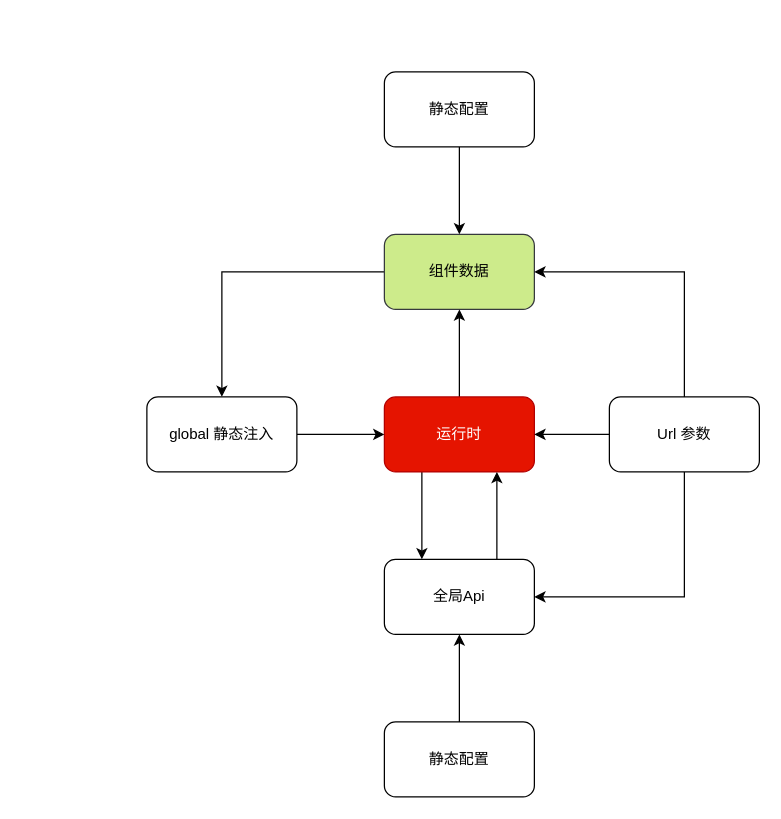
This is yugong/数据流.drawio from eightfeet/mind, a draw.io file, before an edit. Source tidied: cells renumbered, new cells numbered last; positions are measured from the earlier drawing's top-left corner, leaving out a move shared by most shapes. Both pictures are drawn from the tidied source at 125%, with x=0, y=0 at pixel (146, 71).
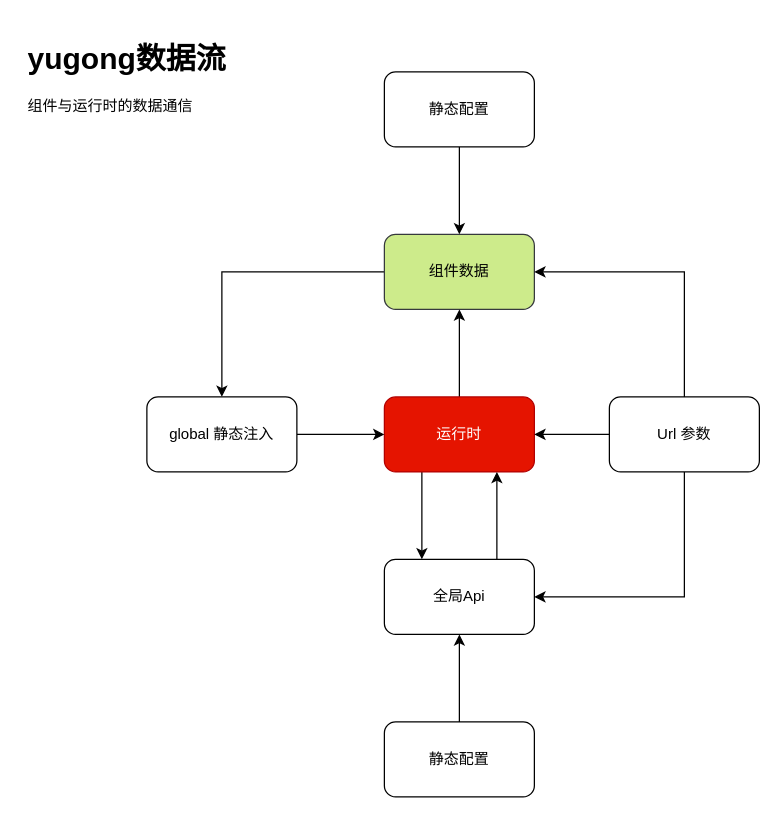
Above is the later version.

Diff of the diagram source:
```diff
@@
 <mxGraphModel>
   <root>
     <mxCell id="0" />
     <mxCell id="1" parent="0" />
     <mxCell id="2" style="edgeStyle=orthogonalEdgeStyle;rounded=0;jettySize=auto;html=1;exitX=0;exitY=0.5;exitDx=0;exitDy=0;entryX=0.5;entryY=0;entryDx=0;entryDy=0;" parent="1" edge="1" source="3" target="14">
       <mxGeometry relative="1" as="geometry" />
     </mxCell>
     <mxCell id="3" value="组件数据" style="rounded=1;whiteSpace=wrap;html=1;fillColor=#cdeb8b;strokeColor=#36393d;" parent="1" vertex="1">
       <mxGeometry x="190" y="130" width="120" height="60" as="geometry" />
     </mxCell>
     <mxCell id="4" style="edgeStyle=orthogonalEdgeStyle;rounded=0;jettySize=auto;html=1;exitX=0.5;exitY=0;exitDx=0;exitDy=0;entryX=0.5;entryY=1;entryDx=0;entryDy=0;" parent="1" edge="1" source="6" target="3">
       <mxGeometry relative="1" as="geometry" />
     </mxCell>
     <mxCell id="5" style="edgeStyle=orthogonalEdgeStyle;rounded=0;jettySize=auto;html=1;exitX=0.25;exitY=1;exitDx=0;exitDy=0;entryX=0.25;entryY=0;entryDx=0;entryDy=0;" parent="1" edge="1" source="6" target="12">
       <mxGeometry relative="1" as="geometry" />
     </mxCell>
     <mxCell id="6" value="运行时" style="rounded=1;whiteSpace=wrap;html=1;fillColor=#e51400;fontColor=#ffffff;strokeColor=#B20000;" parent="1" vertex="1">
       <mxGeometry x="190" y="260" width="120" height="60" as="geometry" />
     </mxCell>
     <mxCell id="7" style="edgeStyle=orthogonalEdgeStyle;rounded=0;jettySize=auto;html=1;exitX=0.5;exitY=0;exitDx=0;exitDy=0;entryX=1;entryY=0.5;entryDx=0;entryDy=0;" parent="1" edge="1" source="10" target="3">
       <mxGeometry relative="1" as="geometry" />
     </mxCell>
     <mxCell id="8" style="edgeStyle=orthogonalEdgeStyle;rounded=0;jettySize=auto;html=1;exitX=0;exitY=0.5;exitDx=0;exitDy=0;entryX=1;entryY=0.5;entryDx=0;entryDy=0;" parent="1" edge="1" source="10" target="6">
       <mxGeometry relative="1" as="geometry" />
     </mxCell>
     <mxCell id="9" style="edgeStyle=orthogonalEdgeStyle;rounded=0;jettySize=auto;html=1;exitX=0.5;exitY=1;exitDx=0;exitDy=0;entryX=1;entryY=0.5;entryDx=0;entryDy=0;" parent="1" edge="1" source="10" target="12">
       <mxGeometry relative="1" as="geometry" />
     </mxCell>
     <mxCell id="10" value="Url 参数" style="rounded=1;whiteSpace=wrap;html=1;" parent="1" vertex="1">
       <mxGeometry x="370" y="260" width="120" height="60" as="geometry" />
     </mxCell>
     <mxCell id="11" style="edgeStyle=orthogonalEdgeStyle;rounded=0;jettySize=auto;html=1;exitX=0.75;exitY=0;exitDx=0;exitDy=0;entryX=0.75;entryY=1;entryDx=0;entryDy=0;" parent="1" edge="1" source="12" target="6">
       <mxGeometry relative="1" as="geometry" />
     </mxCell>
     <mxCell id="12" value="全局Api" style="rounded=1;whiteSpace=wrap;html=1;" parent="1" vertex="1">
       <mxGeometry x="190" y="390" width="120" height="60" as="geometry" />
     </mxCell>
     <mxCell id="13" style="edgeStyle=orthogonalEdgeStyle;rounded=0;jettySize=auto;html=1;exitX=1;exitY=0.5;exitDx=0;exitDy=0;entryX=0;entryY=0.5;entryDx=0;entryDy=0;" parent="1" edge="1" source="14" target="6">
       <mxGeometry relative="1" as="geometry" />
     </mxCell>
     <mxCell id="14" value="global 静态注入" style="rounded=1;whiteSpace=wrap;html=1;" parent="1" vertex="1">
       <mxGeometry y="260" width="120" height="60" as="geometry" />
     </mxCell>
     <mxCell id="15" style="edgeStyle=orthogonalEdgeStyle;rounded=0;jettySize=auto;html=1;exitX=0.5;exitY=1;exitDx=0;exitDy=0;entryX=0.5;entryY=0;entryDx=0;entryDy=0;" parent="1" edge="1" source="16" target="3">
       <mxGeometry relative="1" as="geometry" />
     </mxCell>
     <mxCell id="16" value="静态配置" style="rounded=1;whiteSpace=wrap;html=1;" parent="1" vertex="1">
       <mxGeometry x="190" width="120" height="60" as="geometry" />
     </mxCell>
     <mxCell id="17" style="edgeStyle=orthogonalEdgeStyle;rounded=0;jettySize=auto;html=1;exitX=0.5;exitY=0;exitDx=0;exitDy=0;entryX=0.5;entryY=1;entryDx=0;entryDy=0;" parent="1" edge="1" source="18" target="12">
       <mxGeometry relative="1" as="geometry" />
     </mxCell>
     <mxCell id="18" value="静态配置" style="rounded=1;whiteSpace=wrap;html=1;" parent="1" vertex="1">
       <mxGeometry x="190" y="520" width="120" height="60" as="geometry" />
     </mxCell>
+    <mxCell id="19" value="&lt;h1&gt;yugong数据流&lt;/h1&gt;&lt;p&gt;组件与运行时的数据通信&lt;/p&gt;" style="text;html=1;strokeColor=none;fillColor=none;spacing=5;spacingTop=-20;whiteSpace=wrap;overflow=hidden;rounded=0;" parent="1" vertex="1">
+      <mxGeometry x="-100" y="-30" width="190" height="120" as="geometry" />
+    </mxCell>
   </root>
 </mxGraphModel>
```
